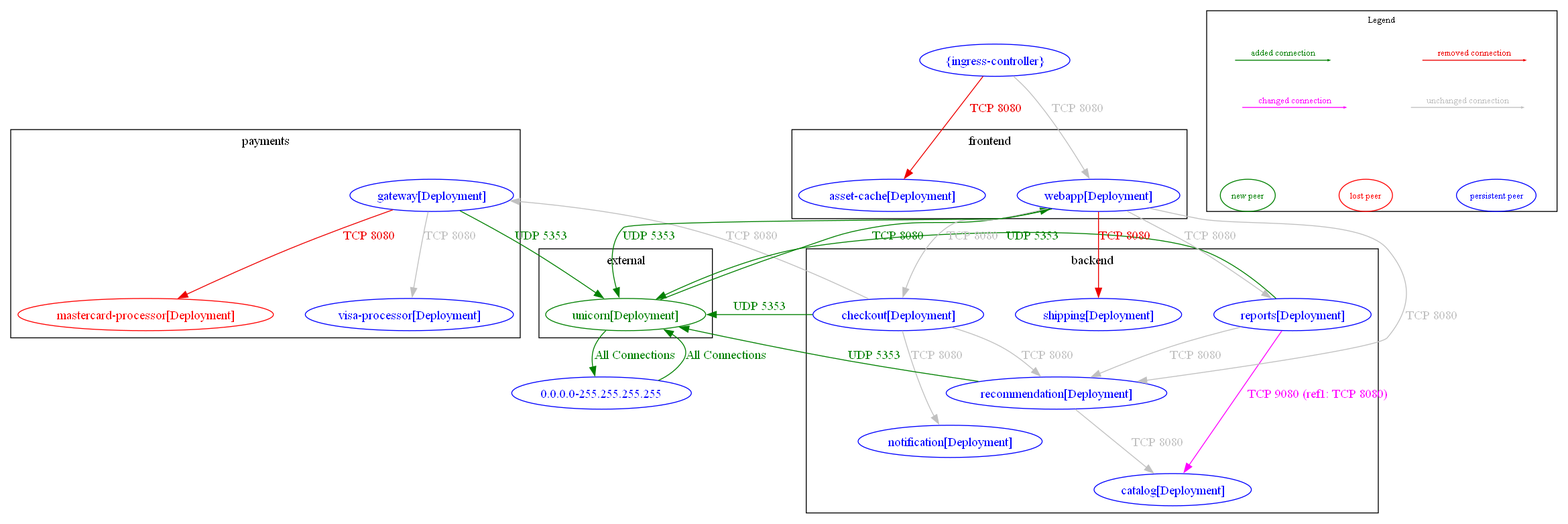
Above: test_outputs/diff/diff_between_acs-security-demos-new_and_acs-security-demos.dot.png in np-guard/netpol-analyzer (Graphviz), before the change. Its source is kept beside it as test_outputs/diff/diff_between_acs-security-demos-new_and_acs-security-demos.dot.
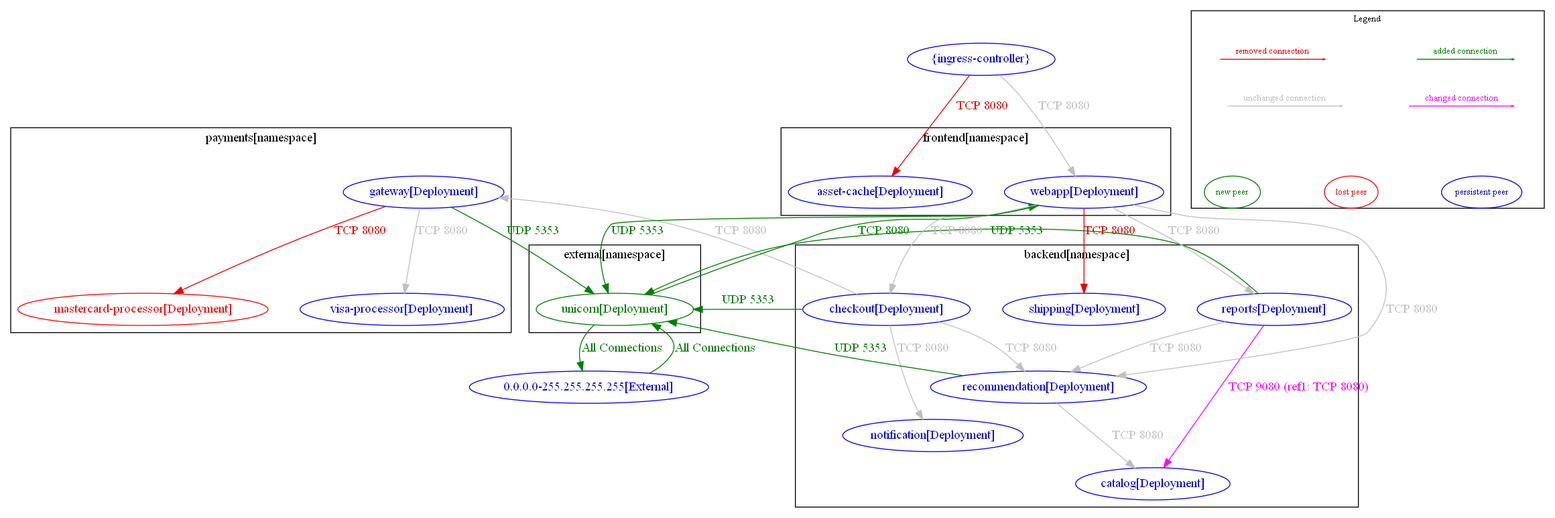
The same file after the commit.

What changed in the source:
```diff
@@ -1,5 +1,5 @@
 digraph {
-	subgraph "cluster_backend" {
+	subgraph "cluster_backend[namespace]" {
 		color="black"
 		fontcolor="black"
 		"backend/catalog[Deployment]" [label="catalog[Deployment]" color="blue" fontcolor="blue"]
@@ -8,32 +8,32 @@
 		"backend/recommendation[Deployment]" [label="recommendation[Deployment]" color="blue" fontcolor="blue"]
 		"backend/reports[Deployment]" [label="reports[Deployment]" color="blue" fontcolor="blue"]
 		"backend/shipping[Deployment]" [label="shipping[Deployment]" color="blue" fontcolor="blue"]
-		label="backend"
+		label="backend[namespace]"
 	}
-	subgraph "cluster_external" {
+	subgraph "cluster_external[namespace]" {
 		color="black"
 		fontcolor="black"
 		"external/unicorn[Deployment]" [label="unicorn[Deployment]" color="#008000" fontcolor="#008000"]
-		label="external"
+		label="external[namespace]"
 	}
-	subgraph "cluster_frontend" {
+	subgraph "cluster_frontend[namespace]" {
 		color="black"
 		fontcolor="black"
 		"frontend/asset-cache[Deployment]" [label="asset-cache[Deployment]" color="blue" fontcolor="blue"]
 		"frontend/webapp[Deployment]" [label="webapp[Deployment]" color="blue" fontcolor="blue"]
-		label="frontend"
+		label="frontend[namespace]"
 	}
-	subgraph "cluster_payments" {
+	subgraph "cluster_payments[namespace]" {
 		color="black"
 		fontcolor="black"
 		"payments/gateway[Deployment]" [label="gateway[Deployment]" color="blue" fontcolor="blue"]
 		"payments/mastercard-processor[Deployment]" [label="mastercard-processor[Deployment]" color="red" fontcolor="red"]
 		"payments/visa-processor[Deployment]" [label="visa-processor[Deployment]" color="blue" fontcolor="blue"]
-		label="payments"
+		label="payments[namespace]"
 	}
-	"0.0.0.0-255.255.255.255" [label="0.0.0.0-255.255.255.255" color="blue" fontcolor="blue"]
+	"0.0.0.0-255.255.255.255[External]" [label="0.0.0.0-255.255.255.255[External]" color="blue" fontcolor="blue"]
 	"{ingress-controller}" [label="{ingress-controller}" color="blue" fontcolor="blue"]
-	"0.0.0.0-255.255.255.255" -> "external/unicorn[Deployment]" [label="All Connections" color="#008000" fontcolor="#008000" weight=0.5]
+	"0.0.0.0-255.255.255.255[External]" -> "external/unicorn[Deployment]" [label="All Connections" color="#008000" fontcolor="#008000" weight=0.5]
 	"backend/checkout[Deployment]" -> "backend/notification[Deployment]" [label="TCP 8080" color="grey" fontcolor="grey" weight=0.5]
 	"backend/checkout[Deployment]" -> "backend/recommendation[Deployment]" [label="TCP 8080" color="grey" fontcolor="grey" weight=0.5]
 	"backend/checkout[Deployment]" -> "external/unicorn[Deployment]" [label="UDP 5353" color="#008000" fontcolor="#008000" weight=0.5]
@@ -43,7 +43,7 @@
 	"backend/reports[Deployment]" -> "backend/catalog[Deployment]" [label="TCP 9080 (ref1: TCP 8080)" color="magenta" fontcolor="magenta" weight=1]
 	"backend/reports[Deployment]" -> "backend/recommendation[Deployment]" [label="TCP 8080" color="grey" fontcolor="grey" weight=1]
 	"backend/reports[Deployment]" -> "external/unicorn[Deployment]" [label="UDP 5353" color="#008000" fontcolor="#008000" weight=0.5]
-	"external/unicorn[Deployment]" -> "0.0.0.0-255.255.255.255" [label="All Connections" color="#008000" fontcolor="#008000" weight=1]
+	"external/unicorn[Deployment]" -> "0.0.0.0-255.255.255.255[External]" [label="All Connections" color="#008000" fontcolor="#008000" weight=1]
 	"external/unicorn[Deployment]" -> "frontend/webapp[Deployment]" [label="TCP 8080" color="#008000" fontcolor="#008000" weight=0.5]
 	"frontend/webapp[Deployment]" -> "backend/checkout[Deployment]" [label="TCP 8080" color="grey" fontcolor="grey" weight=1]
 	"frontend/webapp[Deployment]" -> "backend/recommendation[Deployment]" [label="TCP 8080" color="grey" fontcolor="grey" weight=1]
```
